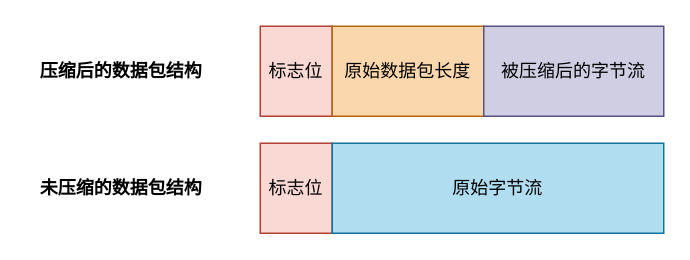
This is 设计图/压缩后的数据包结构.drawio from THUMarkLau/thuthesis, a draw.io file, before an edit. Source tidied: cells renumbered, new cells numbered last; positions are measured from the earlier drawing's top-left corner, leaving out a move shared by most shapes. Both pictures are drawn from the tidied source at 150%, with x=0, y=0 at pixel (26, 26).
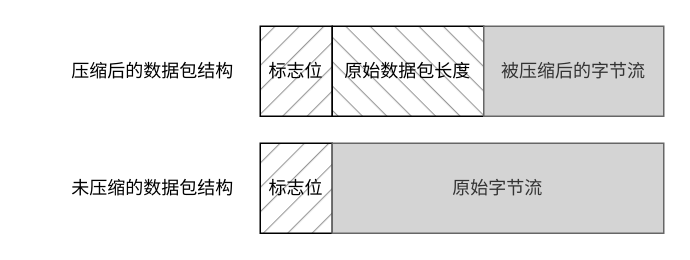
The same diagram, later.

The edit, as a diff of the source:
```diff
@@
 <mxGraphModel>
   <root>
     <mxCell id="0" />
     <mxCell id="1" parent="0" />
-    <mxCell id="2" value="标志位" style="rounded=0;whiteSpace=wrap;html=1;fillColor=#fad9d5;strokeColor=#ae4132;" parent="1" vertex="1">
+    <mxCell id="2" value="标志位" style="rounded=0;whiteSpace=wrap;html=1;fillColor=#000000;strokeColor=#000000;fontFamily=Times New Roman;gradientColor=none;fillStyle=hatch;fillOpacity=40;" parent="1" vertex="1">
       <mxGeometry x="156" width="48" height="60" as="geometry" />
     </mxCell>
-    <mxCell id="3" value="原始数据包长度" style="rounded=0;whiteSpace=wrap;html=1;fillColor=#fad7ac;strokeColor=#b46504;" parent="1" vertex="1">
+    <mxCell id="3" value="原始数据包长度" style="rounded=0;whiteSpace=wrap;html=1;fillColor=#000000;strokeColor=#000000;fontFamily=Times New Roman;fillStyle=hatch;fillOpacity=40;direction=south;" parent="1" vertex="1">
       <mxGeometry x="204" width="101" height="60" as="geometry" />
     </mxCell>
-    <mxCell id="4" value="被压缩后的字节流" style="rounded=0;whiteSpace=wrap;html=1;fillColor=#d0cee2;strokeColor=#56517e;" parent="1" vertex="1">
+    <mxCell id="4" value="被压缩后的字节流" style="rounded=0;whiteSpace=wrap;html=1;fillColor=#D4D4D4;strokeColor=#666666;fontFamily=Times New Roman;fillStyle=auto;fontColor=#333333;" parent="1" vertex="1">
       <mxGeometry x="305" width="120" height="60" as="geometry" />
     </mxCell>
-    <mxCell id="5" value="标志位" style="rounded=0;whiteSpace=wrap;html=1;fillColor=#fad9d5;strokeColor=#ae4132;" parent="1" vertex="1">
+    <mxCell id="5" value="标志位" style="rounded=0;whiteSpace=wrap;html=1;fillColor=#000000;strokeColor=#000000;fontFamily=Times New Roman;gradientColor=none;fillStyle=hatch;fillOpacity=40;" parent="1" vertex="1">
       <mxGeometry x="156" y="78" width="48" height="60" as="geometry" />
     </mxCell>
-    <mxCell id="6" value="原始字节流" style="rounded=0;whiteSpace=wrap;html=1;fillColor=#b1ddf0;strokeColor=#10739e;" parent="1" vertex="1">
+    <mxCell id="6" value="原始字节流" style="rounded=0;whiteSpace=wrap;html=1;fillColor=#D4D4D4;strokeColor=#666666;fontFamily=Times New Roman;fillStyle=auto;fontColor=#333333;" parent="1" vertex="1">
       <mxGeometry x="204" y="78" width="221" height="60" as="geometry" />
     </mxCell>
-    <mxCell id="7" value="&lt;b&gt;压缩后的数据包结构&lt;/b&gt;" style="text;html=1;align=center;verticalAlign=middle;strokeColor=none;fillColor=none;" parent="1" vertex="1">
-      <mxGeometry y="17" width="126" height="26" as="geometry" />
+    <mxCell id="7" value="&lt;span&gt;压缩后的数据包结构&lt;/span&gt;" style="text;html=1;align=center;verticalAlign=middle;strokeColor=none;fillColor=none;fontStyle=0;" parent="1" vertex="1">
+      <mxGeometry x="21" y="17" width="126" height="26" as="geometry" />
     </mxCell>
-    <mxCell id="8" value="&lt;b&gt;未压缩的数据包结构&lt;/b&gt;" style="text;html=1;align=center;verticalAlign=middle;strokeColor=none;fillColor=none;" parent="1" vertex="1">
-      <mxGeometry y="95" width="126" height="26" as="geometry" />
+    <mxCell id="8" value="&lt;span&gt;未压缩的数据包结构&lt;/span&gt;" style="text;html=1;align=center;verticalAlign=middle;strokeColor=none;fillColor=none;fontStyle=0;" parent="1" vertex="1">
+      <mxGeometry x="21" y="95" width="126" height="26" as="geometry" />
     </mxCell>
   </root>
 </mxGraphModel>
```
